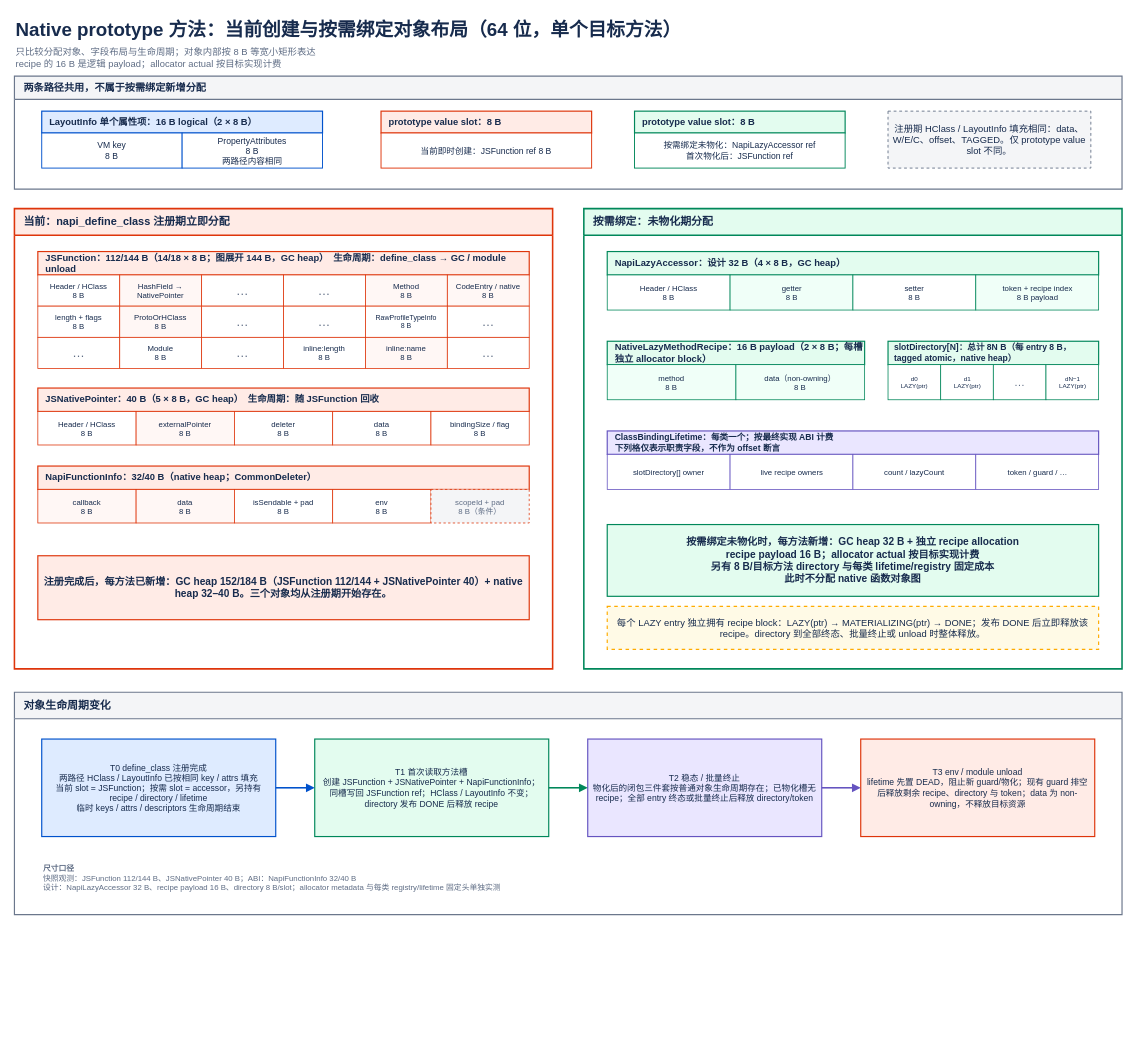
Earlier version of the draw.io diagram hidden-class-comparison/detailed-proposals/native-interop-lazy-binding/napi-lazy-binding-object-layout-before-after.drawio (xuanjiazhen/invest). Source tidied: cells renumbered, new cells numbered last; positions are measured from the earlier drawing's top-left corner, leaving out a move shared by most shapes. Both pictures are drawn from the tidied source at 78%, with x=0, y=0 at pixel (14, 13).
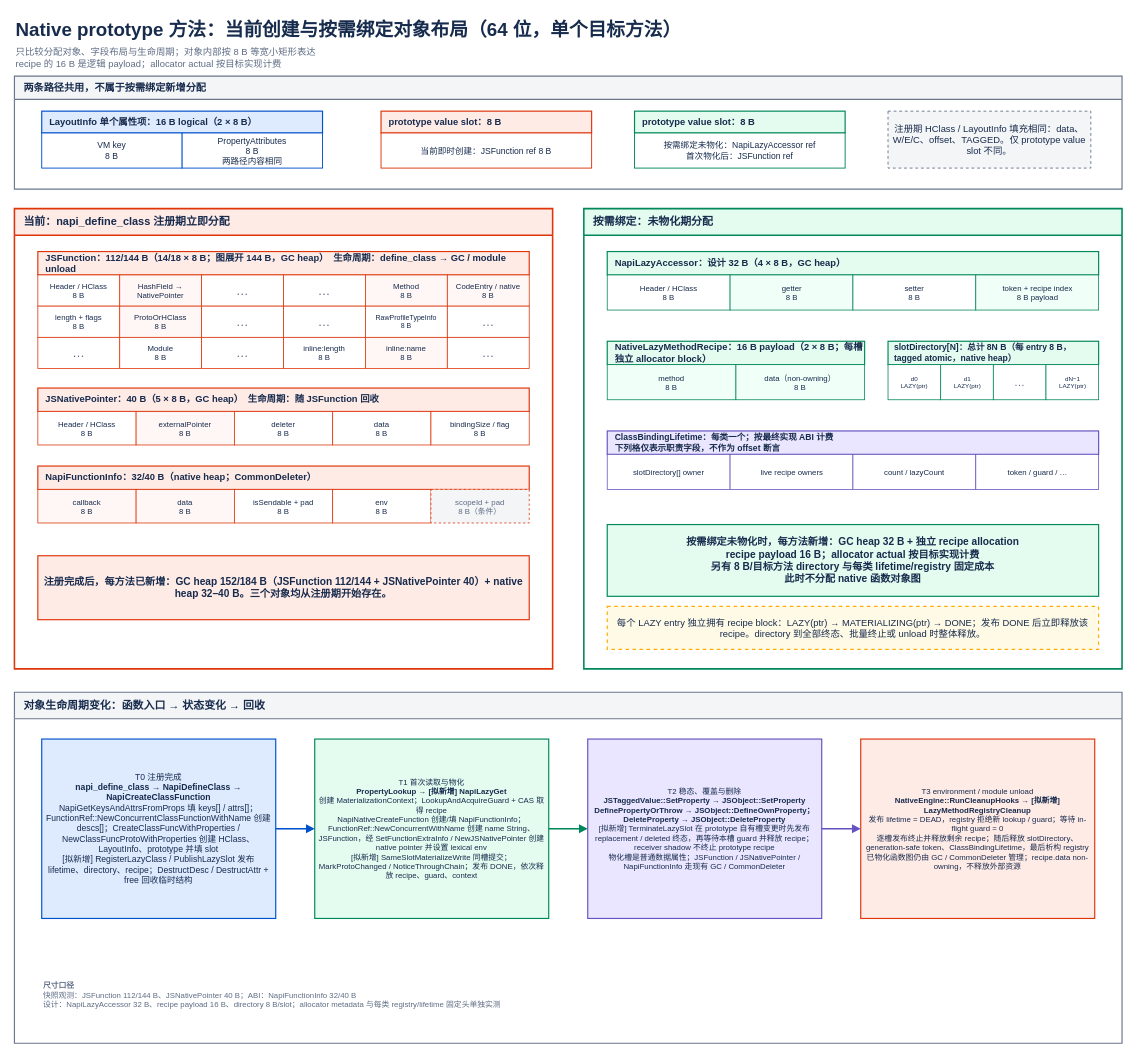
The same diagram, later.

Diff of the diagram source:
```diff
@@
-    <mxCell id="67" value="对象生命周期变化" style="swimlane;html=1;horizontal=1;startSize=34;rounded=0;fillColor=#F4F5F7;swimlaneFillColor=#FFFFFF;strokeColor=#6B778C;strokeWidth=1.5;fontSize=14;fontStyle=1;fontColor=#172B4D;align=left;spacingLeft=10;" parent="1" vertex="1">
-      <mxGeometry y="870" width="1420" height="285" as="geometry" />
+    <mxCell id="67" value="对象生命周期变化：函数入口 → 状态变化 → 回收" style="swimlane;html=1;horizontal=1;startSize=34;rounded=0;fillColor=#F4F5F7;swimlaneFillColor=#FFFFFF;strokeColor=#6B778C;strokeWidth=1.5;fontSize=14;fontStyle=1;fontColor=#172B4D;align=left;spacingLeft=10;" parent="1" vertex="1">
+      <mxGeometry y="870" width="1420" height="450" as="geometry" />
     </mxCell>
-    <mxCell id="68" value="T0 define_class 注册完成&lt;div&gt;两路径 HClass / LayoutInfo 已按相同 key / attrs 填充&lt;/div&gt;&lt;div&gt;当前 slot = JSFunction；按需 slot = accessor，另持有 recipe / directory / lifetime&lt;/div&gt;&lt;div&gt;临时 keys / attrs / descriptors 生命周期结束&lt;/div&gt;" style="rounded=0;whiteSpace=wrap;html=1;align=center;verticalAlign=middle;fontSize=11;spacing=7;fillColor=#DEEBFF;strokeColor=#0052CC;strokeWidth=1.5;fontColor=#172B4D;" parent="1" vertex="1">
-      <mxGeometry x="35" y="930" width="300" height="125" as="geometry" />
+    <mxCell id="68" value="T0  注册完成&lt;br&gt;&lt;b&gt;napi_define_class → NapiDefineClass → NapiCreateClassFunction&lt;/b&gt;&lt;br&gt;NapiGetKeysAndAttrsFromProps 填 keys[] / attrs[]；FunctionRef::NewConcurrentClassFunctionWithName 创建 descs[]；CreateClassFuncWithProperties / NewClassFuncProtoWithProperties 创建 HClass、LayoutInfo、prototype 并填 slot&lt;br&gt;[拟新增] RegisterLazyClass / PublishLazySlot 发布 lifetime、directory、recipe；DestructDesc / DestructAttr + free 回收临时结构" style="rounded=0;whiteSpace=wrap;html=1;align=center;verticalAlign=middle;fontSize=11;spacing=7;fillColor=#DEEBFF;strokeColor=#0052CC;strokeWidth=1.5;fontColor=#172B4D;" parent="1" vertex="1">
+      <mxGeometry x="35" y="930" width="300" height="230" as="geometry" />
     </mxCell>
-    <mxCell id="69" value="T1  首次读取方法槽&lt;br&gt;创建 JSFunction + JSNativePointer + NapiFunctionInfo；同槽写回 JSFunction ref；HClass / LayoutInfo 不变；directory 发布 DONE 后释放 recipe" style="rounded=0;whiteSpace=wrap;html=1;align=center;verticalAlign=middle;fontSize=11;spacing=7;fillColor=#E3FCEF;strokeColor=#00875A;strokeWidth=1.5;fontColor=#172B4D;" parent="1" vertex="1">
-      <mxGeometry x="385" y="930" width="300" height="125" as="geometry" />
+    <mxCell id="69" value="T1  首次读取与物化&lt;br&gt;&lt;b&gt;PropertyLookup → [拟新增] NapiLazyGet&lt;/b&gt;&lt;br&gt;创建 MaterializationContext；LookupAndAcquireGuard + CAS 取得 recipe&lt;br&gt;NapiNativeCreateFunction 创建/填 NapiFunctionInfo；FunctionRef::NewConcurrentWithName 创建 name String、JSFunction，经 SetFunctionExtraInfo / NewJSNativePointer 创建 native pointer 并设置 lexical env&lt;br&gt;[拟新增] SameSlotMaterializeWrite 同槽提交；MarkProtoChanged / NoticeThroughChain；发布 DONE，依次释放 recipe、guard、context" style="rounded=0;whiteSpace=wrap;html=1;align=center;verticalAlign=middle;fontSize=10;spacing=6;fillColor=#E3FCEF;strokeColor=#00875A;strokeWidth=1.5;fontColor=#172B4D;" parent="1" vertex="1">
+      <mxGeometry x="385" y="930" width="300" height="230" as="geometry" />
     </mxCell>
-    <mxCell id="70" value="T2  稳态 / 批量终止&lt;br&gt;物化后的闭包三件套按普通对象生命周期存在；已物化槽无 recipe；全部 entry 终态或批量终止后释放 directory/token" style="rounded=0;whiteSpace=wrap;html=1;align=center;verticalAlign=middle;fontSize=11;spacing=7;fillColor=#EAE6FF;strokeColor=#6554C0;strokeWidth=1.5;fontColor=#172B4D;" parent="1" vertex="1">
-      <mxGeometry x="735" y="930" width="300" height="125" as="geometry" />
+    <mxCell id="70" value="T2  稳态、覆盖与删除&lt;br&gt;&lt;b&gt;JSTaggedValue::SetProperty → JSObject::SetProperty&lt;/b&gt;&lt;br&gt;&lt;b&gt;DefinePropertyOrThrow → JSObject::DefineOwnProperty；DeleteProperty → JSObject::DeleteProperty&lt;/b&gt;&lt;br&gt;[拟新增] TerminateLazySlot 在 prototype 自有槽变更时先发布 replacement / deleted 终态，再等待本槽 guard 并释放 recipe；receiver shadow 不终止 prototype recipe&lt;br&gt;物化槽是普通数据属性；JSFunction / JSNativePointer / NapiFunctionInfo 走现有 GC / CommonDeleter" style="rounded=0;whiteSpace=wrap;html=1;align=center;verticalAlign=middle;fontSize=10;spacing=6;fillColor=#EAE6FF;strokeColor=#6554C0;strokeWidth=1.5;fontColor=#172B4D;" parent="1" vertex="1">
+      <mxGeometry x="735" y="930" width="300" height="230" as="geometry" />
     </mxCell>
-    <mxCell id="71" value="T3  env / module unload&lt;br&gt;lifetime 先置 DEAD，阻止新 guard/物化；现有 guard 排空后释放剩余 recipe、directory 与 token；data 为 non-owning，不释放目标资源" style="rounded=0;whiteSpace=wrap;html=1;align=center;verticalAlign=middle;fontSize=11;spacing=7;fillColor=#FFEBE6;strokeColor=#DE350B;strokeWidth=1.5;fontColor=#172B4D;" parent="1" vertex="1">
-      <mxGeometry x="1085" y="930" width="300" height="125" as="geometry" />
+    <mxCell id="71" value="T3  environment / module unload&lt;br&gt;&lt;b&gt;NativeEngine::RunCleanupHooks → [拟新增] LazyMethodRegistryCleanup&lt;/b&gt;&lt;br&gt;发布 lifetime = DEAD，registry 拒绝新 lookup / guard；等待 in-flight guard = 0&lt;br&gt;逐槽发布终止并释放剩余 recipe；随后释放 slotDirectory、generation-safe token、ClassBindingLifetime，最后析构 registry&lt;br&gt;已物化函数图仍由 GC / CommonDeleter 管理；recipe.data non-owning，不释放外部资源" style="rounded=0;whiteSpace=wrap;html=1;align=center;verticalAlign=middle;fontSize=10;spacing=6;fillColor=#FFEBE6;strokeColor=#DE350B;strokeWidth=1.5;fontColor=#172B4D;" parent="1" vertex="1">
+      <mxGeometry x="1085" y="930" width="300" height="230" as="geometry" />
     </mxCell>
@@
     <mxCell id="75" value="&lt;b&gt;尺寸口径&lt;/b&gt;&lt;div&gt;快照观测：JSFunction 112/144 B、JSNativePointer 40 B；ABI：NapiFunctionInfo 32/40 B&lt;/div&gt;&lt;div&gt;设计：NapiLazyAccessor 32 B、recipe payload 16 B、directory 8 B/slot；allocator metadata 与每类 registry/lifetime 固定头单独实测&lt;/div&gt;" style="text;html=1;strokeColor=none;fillColor=none;align=left;verticalAlign=middle;fontSize=10;fontColor=#5E6C84;whiteSpace=wrap;" parent="1" vertex="1">
-      <mxGeometry x="35" y="1075" width="1350" height="65" as="geometry" />
+      <mxGeometry x="35" y="1225" width="1350" height="65" as="geometry" />
     </mxCell>
```
